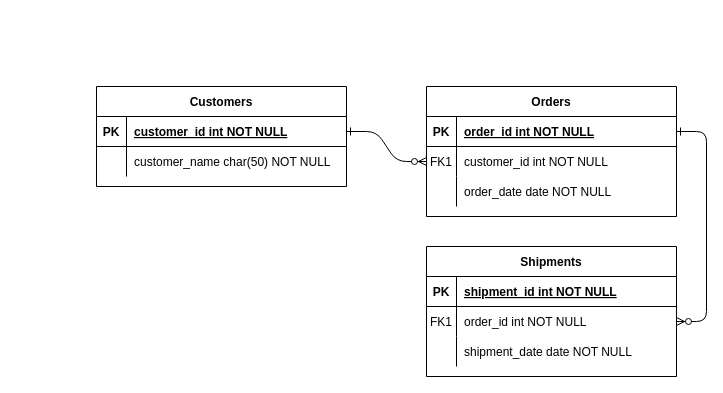
ridwan2709/ukk keeps this draw.io diagram as Untitled Diagram.drawio. Above is the earlier version. Source tidied: cells renumbered, new cells numbered last; positions are measured from the earlier drawing's top-left corner, leaving out a move shared by most shapes. Both pictures are drawn from the tidied source at 100%, with x=0, y=0 at pixel (96, 86).
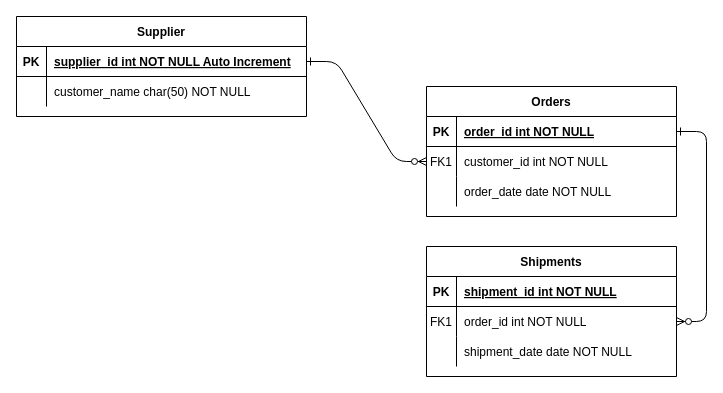
After the change.

Commit message:
ERD UKK 2025.drawio

Change to the diagram source:
```diff
@@
-    <mxCell id="24" value="Customers" style="shape=table;startSize=30;childLayout=tableLayout;rowLines=0;fontStyle=1;align=center;" parent="1" vertex="1">
-      <mxGeometry width="250" height="100" as="geometry" />
+    <mxCell id="24" value="Supplier" style="shape=table;startSize=30;childLayout=tableLayout;rowLines=0;fontStyle=1;align=center;" parent="1" vertex="1">
+      <mxGeometry x="-80" y="-70" width="290" height="100" as="geometry" />
     </mxCell>
     <mxCell id="25" style="shape=partialRectangle;fillColor=none;points=[[0,0.5],[1,0.5]];portConstraint=eastwest;top=0;left=0;right=0;bottom=1;" parent="24" vertex="1">
-      <mxGeometry y="30" width="250" height="30" as="geometry" />
+      <mxGeometry y="30" width="290" height="30" as="geometry" />
     </mxCell>
@@
-    <mxCell id="27" value="customer_id int NOT NULL " style="shape=partialRectangle;overflow=hidden;fillColor=none;top=0;left=0;bottom=0;right=0;align=left;spacingLeft=6;fontStyle=5;" parent="25" vertex="1">
-      <mxGeometry x="30" width="220" height="30" as="geometry" />
+    <mxCell id="27" value="supplier_id int NOT NULL Auto Increment" style="shape=partialRectangle;overflow=hidden;fillColor=none;top=0;left=0;bottom=0;right=0;align=left;spacingLeft=6;fontStyle=5;" parent="25" vertex="1">
+      <mxGeometry x="30" width="260" height="30" as="geometry" />
     </mxCell>
     <mxCell id="28" style="shape=partialRectangle;fillColor=none;top=0;left=0;right=0;bottom=0;" parent="24" vertex="1">
-      <mxGeometry y="60" width="250" height="30" as="geometry" />
+      <mxGeometry y="60" width="290" height="30" as="geometry" />
     </mxCell>
@@
     <mxCell id="30" value="customer_name char(50) NOT NULL" style="shape=partialRectangle;overflow=hidden;fillColor=none;top=0;left=0;bottom=0;right=0;align=left;spacingLeft=6;" parent="28" vertex="1">
-      <mxGeometry x="30" width="220" height="30" as="geometry" />
+      <mxGeometry x="30" width="260" height="30" as="geometry" />
     </mxCell>
```
